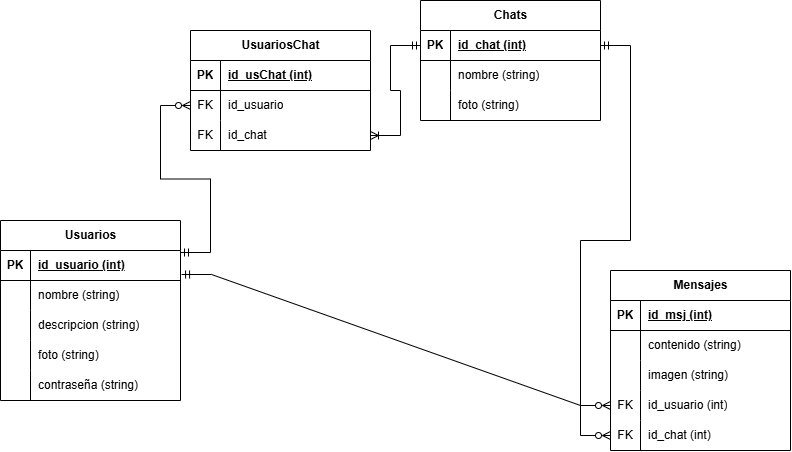
The draw.io diagram docs/DER_TPIN2.png in PioIX/2026_TPIN2_G11, before a commit. Source tidied: cells renumbered, new cells last; positions are measured from the earlier drawing's top-left corner, leaving out a move shared by most shapes.
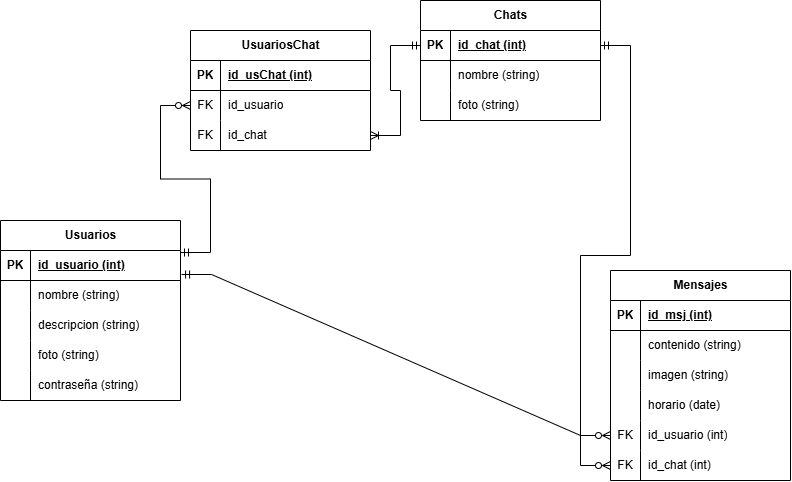
After the change.

Commit message:
Agregue horario a la tabla Mensajes y actualice el DER

Change to the diagram source:
```diff
@@ -81,7 +81,7 @@
       <mxGeometry x="30" width="150" height="30" as="geometry" />
     </mxCell>
     <mxCell id="28" value="Mensajes" style="shape=table;startSize=30;rowLines=0;fontStyle=1;align=center;html=1;" parent="1" vertex="1">
-      <mxGeometry x="610" y="270" width="180" height="180" as="geometry" />
+      <mxGeometry x="610" y="270" width="180" height="210" as="geometry" />
     </mxCell>
     <mxCell id="29" style="shape=tableRow;horizontal=0;startSize=0;swimlaneHead=0;swimlaneBody=0;fillColor=none;top=0;left=0;right=0;bottom=1;" parent="28" vertex="1">
       <mxGeometry y="30" width="180" height="30" as="geometry" />
@@ -110,8 +110,17 @@
     <mxCell id="37" value="imagen (string)" style="shape=partialRectangle;fillColor=none;top=0;left=0;bottom=0;right=0;align=left;spacingLeft=6;overflow=hidden;whiteSpace=wrap;html=1;" parent="35" vertex="1">
       <mxGeometry x="30" width="150" height="30" as="geometry" />
     </mxCell>
+    <mxCell id="58" style="shape=tableRow;horizontal=0;startSize=0;swimlaneHead=0;swimlaneBody=0;fillColor=none;top=0;left=0;right=0;bottom=0;" parent="28" vertex="1">
+      <mxGeometry y="120" width="180" height="30" as="geometry" />
+    </mxCell>
+    <mxCell id="59" style="shape=partialRectangle;fillColor=none;top=0;left=0;bottom=0;right=0;overflow=hidden;whiteSpace=wrap;html=1;" parent="58" vertex="1">
+      <mxGeometry width="30" height="30" as="geometry" />
+    </mxCell>
+    <mxCell id="60" value="horario (date)" style="shape=partialRectangle;fillColor=none;top=0;left=0;bottom=0;right=0;align=left;spacingLeft=6;overflow=hidden;whiteSpace=wrap;html=1;" parent="58" vertex="1">
+      <mxGeometry x="30" width="150" height="30" as="geometry" />
+    </mxCell>
     <mxCell id="38" style="shape=tableRow;horizontal=0;startSize=0;swimlaneHead=0;swimlaneBody=0;fillColor=none;points=[[0,0.5],[1,0.5]];portConstraint=eastwest;top=0;left=0;right=0;bottom=0;" parent="28" vertex="1">
-      <mxGeometry y="120" width="180" height="30" as="geometry" />
+      <mxGeometry y="150" width="180" height="30" as="geometry" />
     </mxCell>
     <mxCell id="39" value="FK" style="shape=partialRectangle;fillColor=none;top=0;left=0;bottom=0;right=0;overflow=hidden;whiteSpace=wrap;html=1;" parent="38" vertex="1">
       <mxGeometry width="30" height="30" as="geometry" />
@@ -120,7 +129,7 @@
       <mxGeometry x="30" width="150" height="30" as="geometry" />
     </mxCell>
     <mxCell id="41" style="shape=tableRow;horizontal=0;startSize=0;swimlaneHead=0;swimlaneBody=0;fillColor=none;points=[[0,0.5],[1,0.5]];portConstraint=eastwest;top=0;left=0;right=0;bottom=0;" parent="28" vertex="1">
-      <mxGeometry y="150" width="180" height="30" as="geometry" />
+      <mxGeometry y="180" width="180" height="30" as="geometry" />
     </mxCell>
     <mxCell id="42" value="FK" style="shape=partialRectangle;fillColor=none;top=0;left=0;bottom=0;right=0;overflow=hidden;whiteSpace=wrap;html=1;" parent="41" vertex="1">
       <mxGeometry width="30" height="30" as="geometry" />
```
